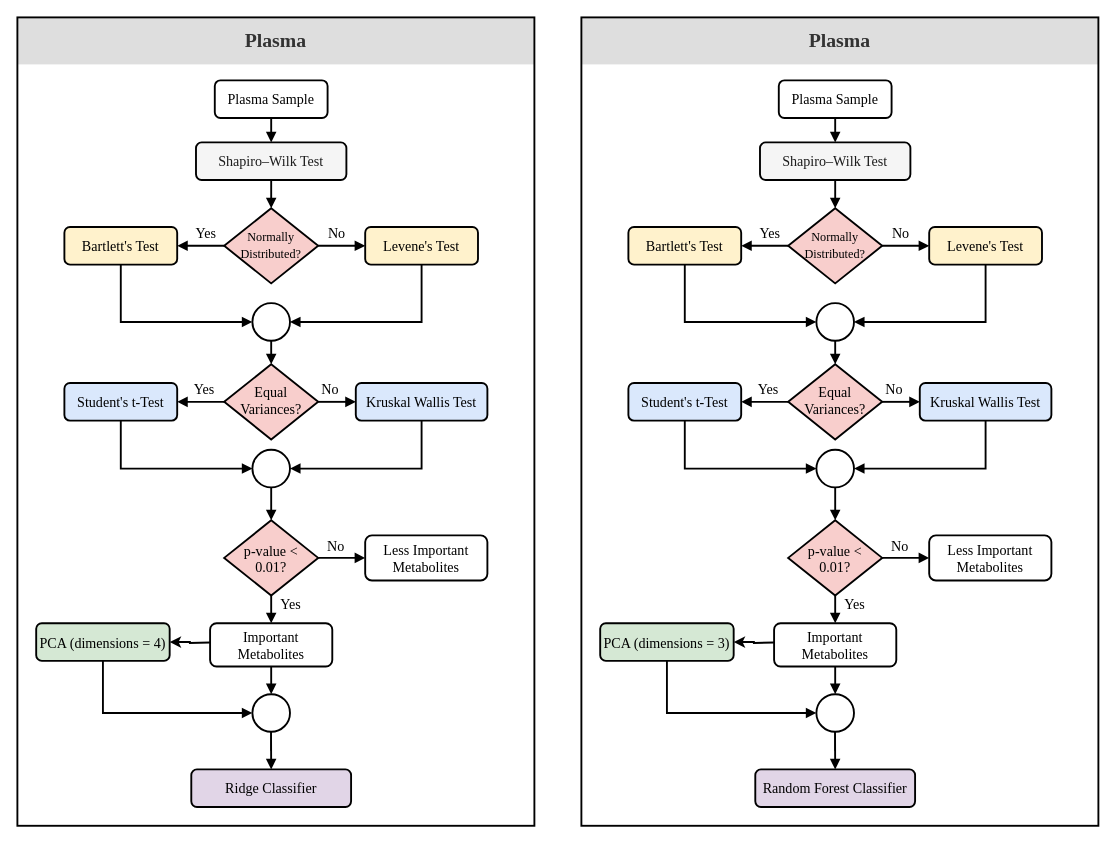
The draw.io diagram visualizations/diagram/new-flow-chart.drawio in utshabkg/lung_cancer_biomarker, before the edit. Source tidied: cells renumbered, new cells numbered last; positions are measured from the earlier drawing's top-left corner, leaving out a move shared by most shapes. Both pictures are drawn from the tidied source at 94%, with x=0, y=0 at pixel (17, 17).
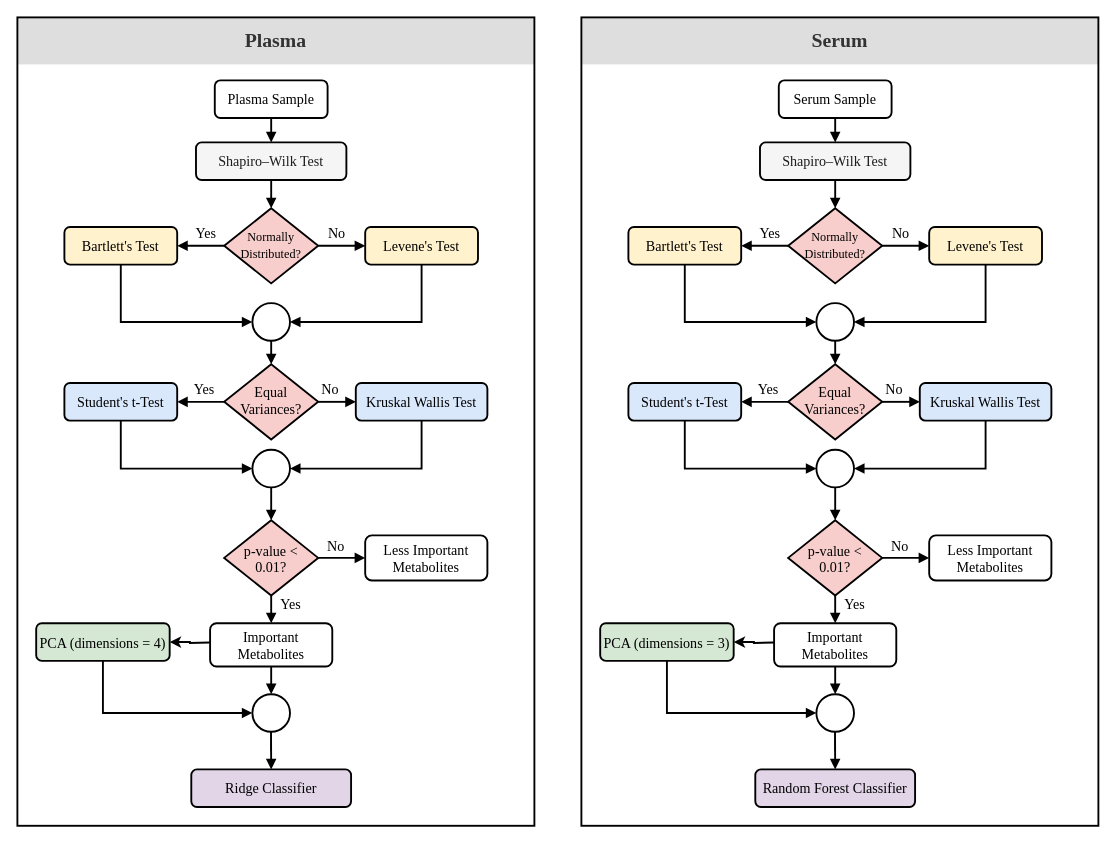
The same page after the edit.

Commit message:
removed approach 2 and divided by samples

Diff of the diagram source:
```diff
@@
-    <mxCell id="46" value="&lt;font size=&quot;1&quot;&gt;&lt;b style=&quot;font-size: 21px&quot;&gt;Plasma&lt;br&gt;&lt;/b&gt;&lt;/font&gt;" style="rounded=0;whiteSpace=wrap;html=1;fontFamily=Times New Roman;fontSize=20;fontColor=#333333;strokeWidth=1;strokeColor=none;fillColor=#DEDEDE;" parent="1" vertex="1">
+    <mxCell id="46" value="&lt;font size=&quot;1&quot;&gt;&lt;b style=&quot;font-size: 21px&quot;&gt;Serum&lt;br&gt;&lt;/b&gt;&lt;/font&gt;" style="rounded=0;whiteSpace=wrap;html=1;fontFamily=Times New Roman;fontSize=20;fontColor=#333333;strokeWidth=1;strokeColor=none;fillColor=#DEDEDE;" parent="1" vertex="1">
       <mxGeometry x="600" width="550" height="50" as="geometry" />
     </mxCell>
@@
-    <mxCell id="56" value="&lt;span style=&quot;font-size: 15px&quot;&gt;&lt;font style=&quot;font-size: 15px&quot;&gt;Plasma Sample&lt;/font&gt;&lt;/span&gt;" style="rounded=1;whiteSpace=wrap;html=1;fontSize=15;glass=0;strokeWidth=2;shadow=0;fontStyle=0;fontFamily=Times New Roman;" parent="1" vertex="1">
+    <mxCell id="56" value="&lt;span style=&quot;font-size: 15px&quot;&gt;&lt;font style=&quot;font-size: 15px&quot;&gt;Serum Sample&lt;/font&gt;&lt;/span&gt;" style="rounded=1;whiteSpace=wrap;html=1;fontSize=15;glass=0;strokeWidth=2;shadow=0;fontStyle=0;fontFamily=Times New Roman;" parent="1" vertex="1">
       <mxGeometry x="810" y="67" width="120" height="40" as="geometry" />
     </mxCell>
```
